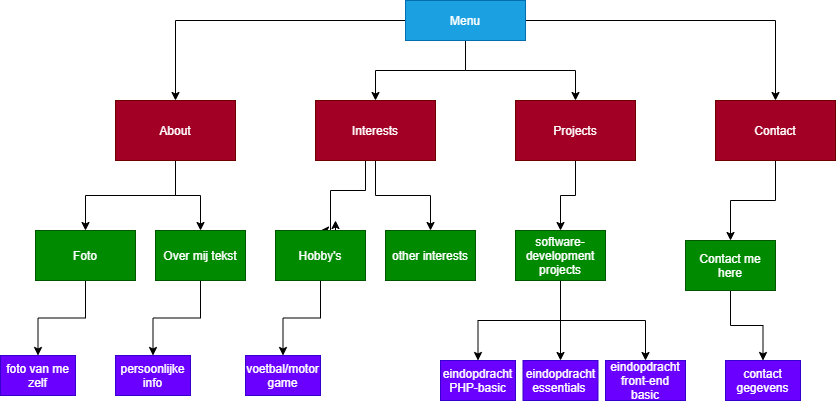
metin61/Challenge-Portfolio keeps this draw.io diagram as 01-Challenge/Taak02-Ontwerpen/student-boomstructuur.drawio.png. Above is the earlier version. Source tidied: cells renumbered, new cells last; positions are measured from the earlier drawing's top-left corner, leaving out a move shared by most shapes. Source of this version:
```xml
<mxGraphModel>
  <root>
    <mxCell id="0" />
    <mxCell id="1" parent="0" />
    <mxCell id="2" style="edgeStyle=orthogonalEdgeStyle;rounded=0;jettySize=auto;html=1;exitX=0.5;exitY=1;exitDx=0;exitDy=0;" parent="1" edge="1" source="4" target="6">
      <mxGeometry relative="1" as="geometry" />
    </mxCell>
    <mxCell id="3" style="edgeStyle=orthogonalEdgeStyle;rounded=0;jettySize=auto;html=1;exitX=0.5;exitY=1;exitDx=0;exitDy=0;" parent="1" edge="1" source="4" target="8">
      <mxGeometry relative="1" as="geometry" />
    </mxCell>
    <mxCell id="4" value="About" style="rounded=0;whiteSpace=wrap;html=1;fillColor=#a20025;strokeColor=#6F0000;fontColor=#ffffff;" parent="1" vertex="1">
      <mxGeometry x="115" y="100" width="120" height="60" as="geometry" />
    </mxCell>
    <mxCell id="5" style="edgeStyle=orthogonalEdgeStyle;rounded=0;jettySize=auto;html=1;" parent="1" edge="1" source="6">
      <mxGeometry relative="1" as="geometry">
        <mxPoint x="37.5" y="355" as="targetPoint" />
      </mxGeometry>
    </mxCell>
    <mxCell id="6" value="Foto" style="rounded=0;whiteSpace=wrap;html=1;fillColor=#008a00;strokeColor=#005700;fontColor=#ffffff;" parent="1" vertex="1">
      <mxGeometry x="35" y="230" width="100" height="50" as="geometry" />
    </mxCell>
    <mxCell id="7" style="edgeStyle=orthogonalEdgeStyle;rounded=0;jettySize=auto;html=1;entryX=0.5;entryY=0;entryDx=0;entryDy=0;" parent="1" edge="1" source="8" target="34">
      <mxGeometry relative="1" as="geometry" />
    </mxCell>
    <mxCell id="8" value="Over mij tekst" style="rounded=0;whiteSpace=wrap;html=1;fillColor=#008a00;strokeColor=#005700;fontColor=#ffffff;" parent="1" vertex="1">
      <mxGeometry x="155" y="230" width="90" height="50" as="geometry" />
    </mxCell>
    <mxCell id="9" style="edgeStyle=orthogonalEdgeStyle;rounded=0;jettySize=auto;html=1;entryX=0.5;entryY=0;entryDx=0;entryDy=0;" parent="1" edge="1" source="13" target="4">
      <mxGeometry relative="1" as="geometry" />
    </mxCell>
    <mxCell id="10" style="edgeStyle=orthogonalEdgeStyle;rounded=0;jettySize=auto;html=1;entryX=0.5;entryY=0;entryDx=0;entryDy=0;" parent="1" edge="1" source="13" target="16">
      <mxGeometry relative="1" as="geometry" />
    </mxCell>
    <mxCell id="11" style="edgeStyle=orthogonalEdgeStyle;rounded=0;jettySize=auto;html=1;entryX=0.5;entryY=0;entryDx=0;entryDy=0;" parent="1" edge="1" source="13" target="28">
      <mxGeometry relative="1" as="geometry" />
    </mxCell>
    <mxCell id="12" style="edgeStyle=orthogonalEdgeStyle;rounded=0;jettySize=auto;html=1;" parent="1" edge="1" source="13" target="30">
      <mxGeometry relative="1" as="geometry" />
    </mxCell>
    <mxCell id="13" value="Menu" style="rounded=0;whiteSpace=wrap;html=1;fillColor=#1ba1e2;strokeColor=#006EAF;fontColor=#ffffff;" parent="1" vertex="1">
      <mxGeometry x="405" width="120" height="40" as="geometry" />
    </mxCell>
    <mxCell id="14" style="edgeStyle=orthogonalEdgeStyle;rounded=0;jettySize=auto;html=1;entryX=0.5;entryY=0;entryDx=0;entryDy=0;" parent="1" edge="1" source="16" target="19">
      <mxGeometry relative="1" as="geometry">
        <Array as="points">
          <mxPoint x="365" y="190" />
          <mxPoint x="330" y="190" />
        </Array>
      </mxGeometry>
    </mxCell>
    <mxCell id="15" style="edgeStyle=orthogonalEdgeStyle;rounded=0;jettySize=auto;html=1;" parent="1" edge="1" source="16" target="20">
      <mxGeometry relative="1" as="geometry" />
    </mxCell>
    <mxCell id="16" value="Interests" style="rounded=0;whiteSpace=wrap;html=1;fillColor=#a20025;strokeColor=#6F0000;fontColor=#ffffff;" parent="1" vertex="1">
      <mxGeometry x="315" y="100" width="120" height="60" as="geometry" />
    </mxCell>
    <mxCell id="17" style="edgeStyle=orthogonalEdgeStyle;rounded=0;jettySize=auto;html=1;exitX=0.5;exitY=0;exitDx=0;exitDy=0;" parent="1" edge="1" source="19">
      <mxGeometry relative="1" as="geometry">
        <mxPoint x="335" y="220" as="targetPoint" />
      </mxGeometry>
    </mxCell>
    <mxCell id="18" style="edgeStyle=orthogonalEdgeStyle;rounded=0;jettySize=auto;html=1;entryX=0.5;entryY=0;entryDx=0;entryDy=0;" parent="1" edge="1" source="19" target="37">
      <mxGeometry relative="1" as="geometry" />
    </mxCell>
    <mxCell id="19" value="Hobby's" style="rounded=0;whiteSpace=wrap;html=1;fillColor=#008a00;strokeColor=#005700;fontColor=#ffffff;" parent="1" vertex="1">
      <mxGeometry x="275" y="230" width="90" height="50" as="geometry" />
    </mxCell>
    <mxCell id="20" value="other interests" style="rounded=0;whiteSpace=wrap;html=1;fillColor=#008a00;strokeColor=#005700;fontColor=#ffffff;" parent="1" vertex="1">
      <mxGeometry x="385" y="230" width="90" height="50" as="geometry" />
    </mxCell>
    <mxCell id="21" value="eindopdracht front-end basic" style="rounded=0;whiteSpace=wrap;html=1;fillColor=#6a00ff;strokeColor=#3700CC;fontColor=#ffffff;" parent="1" vertex="1">
      <mxGeometry x="605" y="360" width="80" height="40" as="geometry" />
    </mxCell>
    <mxCell id="22" style="edgeStyle=orthogonalEdgeStyle;rounded=0;jettySize=auto;html=1;entryX=0.5;entryY=0;entryDx=0;entryDy=0;" parent="1" edge="1" source="25" target="26">
      <mxGeometry relative="1" as="geometry" />
    </mxCell>
    <mxCell id="23" style="edgeStyle=orthogonalEdgeStyle;rounded=0;jettySize=auto;html=1;entryX=0.5;entryY=0;entryDx=0;entryDy=0;" parent="1" edge="1" source="25" target="21">
      <mxGeometry relative="1" as="geometry" />
    </mxCell>
    <mxCell id="24" style="edgeStyle=orthogonalEdgeStyle;rounded=0;jettySize=auto;html=1;entryX=0.5;entryY=0;entryDx=0;entryDy=0;" parent="1" edge="1" source="25" target="31">
      <mxGeometry relative="1" as="geometry" />
    </mxCell>
    <mxCell id="25" value="software-development&lt;br&gt;projects" style="rounded=0;whiteSpace=wrap;html=1;fillColor=#008a00;strokeColor=#005700;fontColor=#ffffff;" parent="1" vertex="1">
      <mxGeometry x="515" y="230" width="90" height="50" as="geometry" />
    </mxCell>
    <mxCell id="26" value="eindopdracht PHP-basic" style="rounded=0;whiteSpace=wrap;html=1;fillColor=#6a00ff;strokeColor=#3700CC;fontColor=#ffffff;" parent="1" vertex="1">
      <mxGeometry x="440" y="360" width="75" height="40" as="geometry" />
    </mxCell>
    <mxCell id="27" style="edgeStyle=orthogonalEdgeStyle;rounded=0;jettySize=auto;html=1;entryX=0.5;entryY=0;entryDx=0;entryDy=0;" parent="1" edge="1" source="28" target="25">
      <mxGeometry relative="1" as="geometry" />
    </mxCell>
    <mxCell id="28" value="Projects" style="rounded=0;whiteSpace=wrap;html=1;fillColor=#a20025;strokeColor=#6F0000;fontColor=#ffffff;" parent="1" vertex="1">
      <mxGeometry x="515" y="100" width="120" height="60" as="geometry" />
    </mxCell>
    <mxCell id="29" style="edgeStyle=orthogonalEdgeStyle;rounded=0;jettySize=auto;html=1;" parent="1" edge="1" source="30" target="33">
      <mxGeometry relative="1" as="geometry" />
    </mxCell>
    <mxCell id="30" value="Contact" style="rounded=0;whiteSpace=wrap;html=1;fillColor=#a20025;strokeColor=#6F0000;fontColor=#ffffff;" parent="1" vertex="1">
      <mxGeometry x="715" y="100" width="120" height="60" as="geometry" />
    </mxCell>
    <mxCell id="31" value="&lt;span&gt;eindopdracht&lt;br&gt;essentials&amp;nbsp;&lt;/span&gt;" style="rounded=0;whiteSpace=wrap;html=1;fillColor=#6a00ff;strokeColor=#3700CC;fontColor=#ffffff;" parent="1" vertex="1">
      <mxGeometry x="522.5" y="360" width="75" height="40" as="geometry" />
    </mxCell>
    <mxCell id="32" style="edgeStyle=orthogonalEdgeStyle;rounded=0;jettySize=auto;html=1;entryX=0.5;entryY=0;entryDx=0;entryDy=0;" parent="1" edge="1" source="33" target="35">
      <mxGeometry relative="1" as="geometry" />
    </mxCell>
    <mxCell id="33" value="Contact me here" style="rounded=0;whiteSpace=wrap;html=1;fillColor=#008a00;strokeColor=#005700;fontColor=#ffffff;" parent="1" vertex="1">
      <mxGeometry x="685" y="240" width="90" height="50" as="geometry" />
    </mxCell>
    <mxCell id="34" value="persoonlijke info" style="rounded=0;whiteSpace=wrap;html=1;fillColor=#6a00ff;strokeColor=#3700CC;fontColor=#ffffff;" parent="1" vertex="1">
      <mxGeometry x="115" y="355" width="75" height="40" as="geometry" />
    </mxCell>
    <mxCell id="35" value="contact gegevens&lt;br&gt;" style="rounded=0;whiteSpace=wrap;html=1;fillColor=#6a00ff;strokeColor=#3700CC;fontColor=#ffffff;" parent="1" vertex="1">
      <mxGeometry x="725" y="360" width="75" height="40" as="geometry" />
    </mxCell>
    <mxCell id="36" value="foto van me zelf&lt;br&gt;" style="rounded=0;whiteSpace=wrap;html=1;fillColor=#6a00ff;strokeColor=#3700CC;fontColor=#ffffff;" parent="1" vertex="1">
      <mxGeometry y="355" width="75" height="40" as="geometry" />
    </mxCell>
    <mxCell id="37" value="voetbal/motor&lt;br&gt;game" style="rounded=0;whiteSpace=wrap;html=1;fillColor=#6a00ff;strokeColor=#3700CC;fontColor=#ffffff;" parent="1" vertex="1">
      <mxGeometry x="245" y="355" width="75" height="40" as="geometry" />
    </mxCell>
  </root>
</mxGraphModel>
```
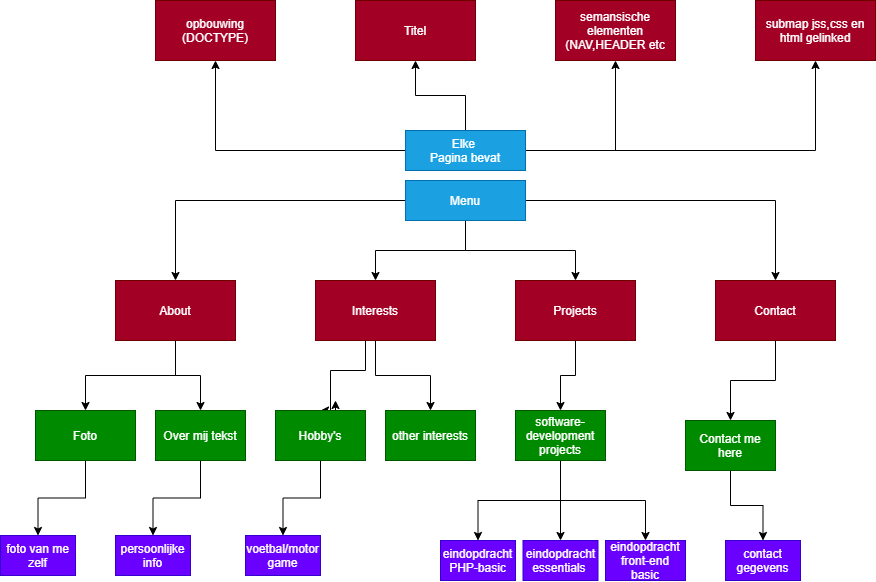
Later version of the same file.

The edit, as a diff of the source:
```diff
@@ -119,5 +119,32 @@
     <mxCell id="37" value="voetbal/motor&lt;br&gt;game" style="rounded=0;whiteSpace=wrap;html=1;fillColor=#6a00ff;strokeColor=#3700CC;fontColor=#ffffff;" parent="1" vertex="1">
       <mxGeometry x="245" y="355" width="75" height="40" as="geometry" />
     </mxCell>
+    <mxCell id="38" style="edgeStyle=orthogonalEdgeStyle;rounded=0;jettySize=auto;html=1;entryX=0.5;entryY=1;entryDx=0;entryDy=0;" parent="1" edge="1" source="42" target="44">
+      <mxGeometry relative="1" as="geometry" />
+    </mxCell>
+    <mxCell id="39" style="edgeStyle=orthogonalEdgeStyle;rounded=0;jettySize=auto;html=1;entryX=0.5;entryY=1;entryDx=0;entryDy=0;" parent="1" edge="1" source="42" target="43">
+      <mxGeometry relative="1" as="geometry" />
+    </mxCell>
+    <mxCell id="40" style="edgeStyle=orthogonalEdgeStyle;rounded=0;jettySize=auto;html=1;entryX=0.5;entryY=1;entryDx=0;entryDy=0;" parent="1" edge="1" source="42" target="45">
+      <mxGeometry relative="1" as="geometry" />
+    </mxCell>
+    <mxCell id="41" style="edgeStyle=orthogonalEdgeStyle;rounded=0;jettySize=auto;html=1;entryX=0.5;entryY=1;entryDx=0;entryDy=0;" parent="1" edge="1" source="42" target="46">
+      <mxGeometry relative="1" as="geometry" />
+    </mxCell>
+    <mxCell id="42" value="Elke &lt;br&gt;Pagina bevat" style="rounded=0;whiteSpace=wrap;html=1;fillColor=#1ba1e2;strokeColor=#006EAF;fontColor=#ffffff;" parent="1" vertex="1">
+      <mxGeometry x="405" y="-50" width="120" height="40" as="geometry" />
+    </mxCell>
+    <mxCell id="43" value="opbouwing (DOCTYPE)" style="rounded=0;whiteSpace=wrap;html=1;fillColor=#a20025;strokeColor=#6F0000;fontColor=#ffffff;" parent="1" vertex="1">
+      <mxGeometry x="155" y="-180" width="120" height="60" as="geometry" />
+    </mxCell>
+    <mxCell id="44" value="Titel&lt;br&gt;" style="rounded=0;whiteSpace=wrap;html=1;fillColor=#a20025;strokeColor=#6F0000;fontColor=#ffffff;" parent="1" vertex="1">
+      <mxGeometry x="355" y="-180" width="120" height="60" as="geometry" />
+    </mxCell>
+    <mxCell id="45" value="semansische&lt;br&gt;elementen (NAV,HEADER etc&lt;br&gt;" style="rounded=0;whiteSpace=wrap;html=1;fillColor=#a20025;strokeColor=#6F0000;fontColor=#ffffff;" parent="1" vertex="1">
+      <mxGeometry x="555" y="-180" width="120" height="60" as="geometry" />
+    </mxCell>
+    <mxCell id="46" value="submap jss,css en html gelinked" style="rounded=0;whiteSpace=wrap;html=1;fillColor=#a20025;strokeColor=#6F0000;fontColor=#ffffff;" parent="1" vertex="1">
+      <mxGeometry x="755" y="-180" width="120" height="60" as="geometry" />
+    </mxCell>
   </root>
 </mxGraphModel>
```
